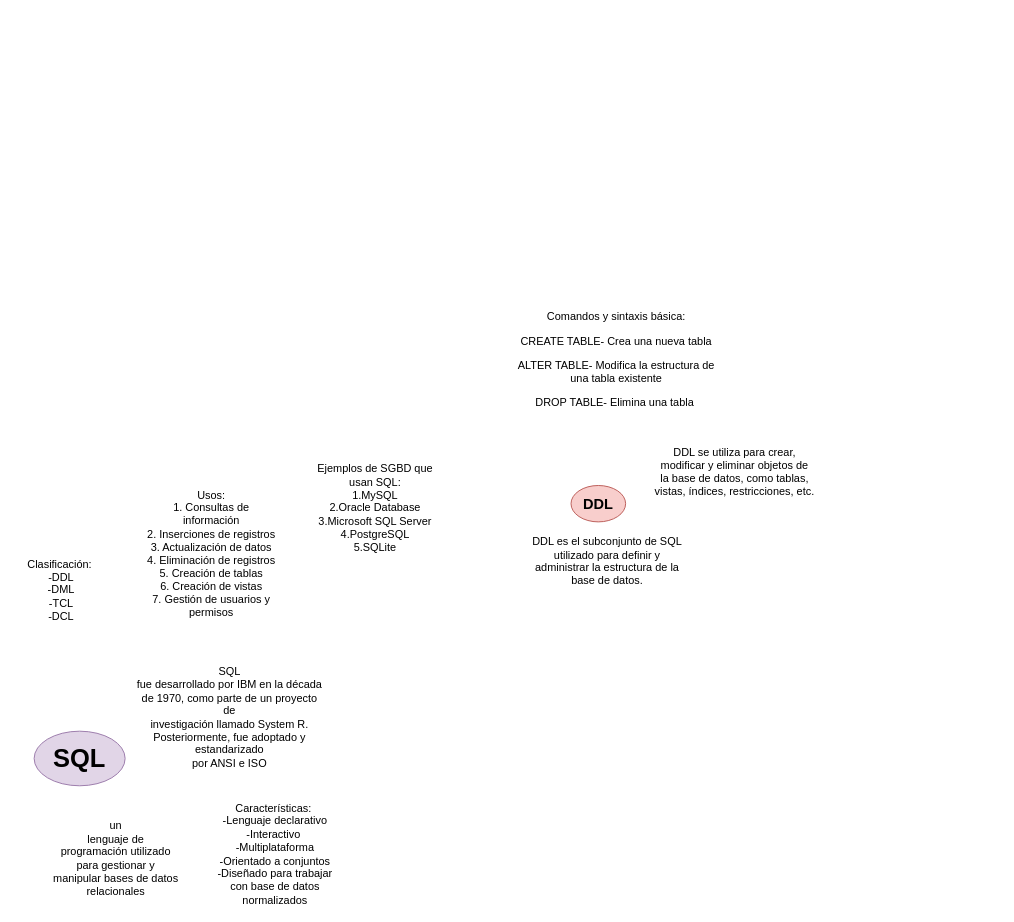
Before: Mapa mixto sql.drawio in misiomishi/itcj, a draw.io diagram. Source tidied: cells renumbered, new cells numbered last; positions are measured from the earlier drawing's top-left corner, leaving out a move shared by most shapes. Both pictures are drawn from the tidied source at 91%, with x=0, y=0 at pixel (15, 267).
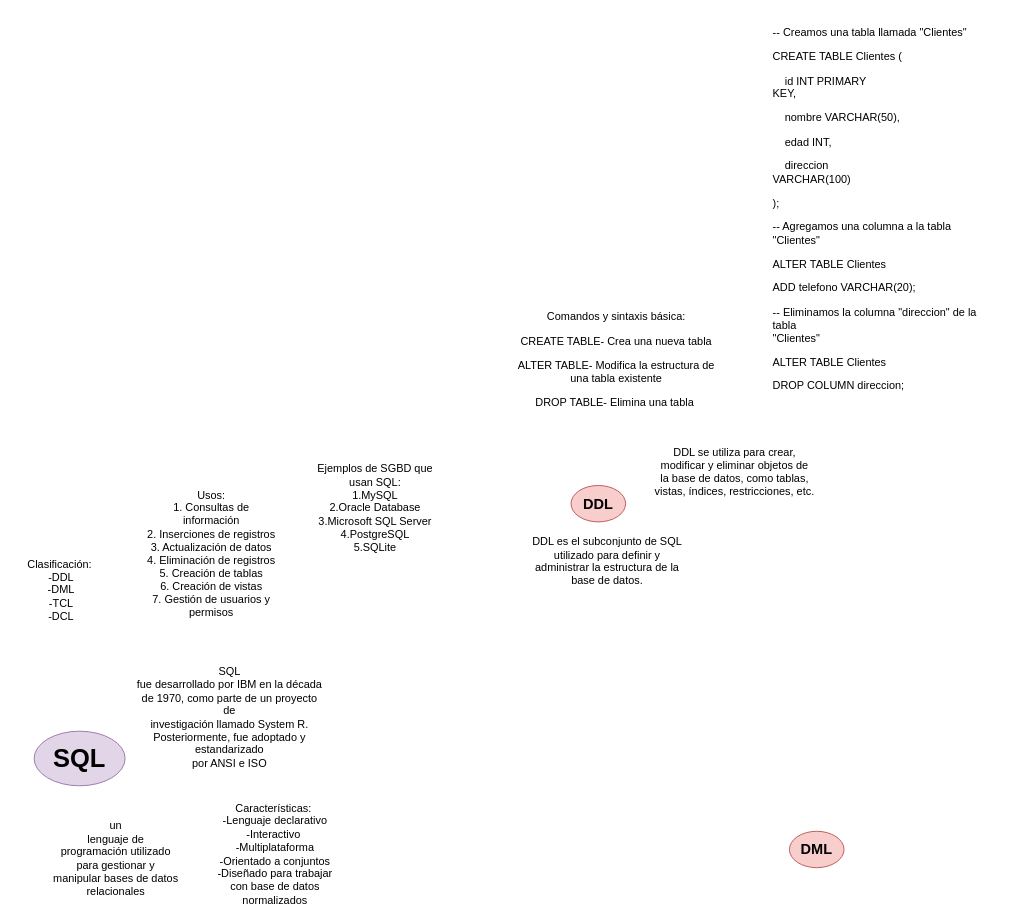
The same page after the edit.

Change to the diagram source:
```diff
@@
 <mxGraphModel>
   <root>
     <mxCell id="0" />
     <mxCell id="1" parent="0" />
     <mxCell id="2" value="SQL" style="ellipse;whiteSpace=wrap;html=1;fontStyle=1;fontSize=28;fillColor=#e1d5e7;strokeColor=#9673a6;" parent="1" vertex="1">
       <mxGeometry x="20" y="510" width="100" height="60" as="geometry" />
     </mxCell>
     <mxCell id="3" value="un&lt;br/&gt;lenguaje de programación utilizado para gestionar y manipular bases de datos&lt;br/&gt;relacionales" style="text;html=1;strokeColor=none;fillColor=none;align=center;verticalAlign=middle;whiteSpace=wrap;rounded=0;" parent="1" vertex="1">
       <mxGeometry x="40" y="600" width="140" height="100" as="geometry" />
     </mxCell>
     <mxCell id="4" value="SQL&lt;br/&gt;fue desarrollado por IBM en la década de 1970, como parte de un proyecto de&lt;br/&gt;investigación llamado System R. Posteriormente, fue adoptado y estandarizado&lt;br/&gt;por ANSI e ISO" style="text;html=1;strokeColor=none;fillColor=none;align=center;verticalAlign=middle;whiteSpace=wrap;rounded=0;" parent="1" vertex="1">
       <mxGeometry x="130" y="440" width="210" height="110" as="geometry" />
     </mxCell>
     <mxCell id="5" value="Características:&amp;nbsp;&lt;br&gt;-Lenguaje declarativo&lt;br&gt;-Interactivo&amp;nbsp;&lt;br&gt;-Multiplataforma&lt;br&gt;-Orientado a conjuntos&lt;br&gt;-Diseñado para trabajar con base de datos normalizados" style="text;html=1;strokeColor=none;fillColor=none;align=center;verticalAlign=middle;whiteSpace=wrap;rounded=0;" parent="1" vertex="1">
       <mxGeometry x="210" y="590" width="150" height="110" as="geometry" />
     </mxCell>
     <mxCell id="6" value="Clasificación:&amp;nbsp;&lt;br&gt;-DDL&lt;br&gt;-DML&lt;br&gt;-TCL&lt;br&gt;-DCL" style="text;html=1;strokeColor=none;fillColor=none;align=center;verticalAlign=middle;whiteSpace=wrap;rounded=0;" parent="1" vertex="1">
       <mxGeometry y="300" width="100" height="110" as="geometry" />
     </mxCell>
     <mxCell id="7" value="Usos:&lt;br&gt;1. Consultas de información&lt;br&gt;2. Inserciones de registros&lt;br&gt;3. Actualización de datos&lt;br&gt;4. Eliminación de registros&lt;br&gt;5. Creación de tablas&lt;br&gt;6. Creación de vistas&lt;br&gt;7. Gestión de usuarios y permisos" style="text;html=1;strokeColor=none;fillColor=none;align=center;verticalAlign=middle;whiteSpace=wrap;rounded=0;" parent="1" vertex="1">
       <mxGeometry x="140" y="240" width="150" height="150" as="geometry" />
     </mxCell>
     <mxCell id="8" value="Ejemplos de SGBD que usan SQL:&lt;br&gt;1.MySQL&lt;br&gt;2.Oracle Database&lt;br&gt;3.Microsoft SQL Server&lt;br&gt;4.PostgreSQL&lt;br&gt;5.SQLite" style="text;html=1;strokeColor=none;fillColor=none;align=center;verticalAlign=middle;whiteSpace=wrap;rounded=0;" parent="1" vertex="1">
       <mxGeometry x="320" y="190" width="150" height="150" as="geometry" />
     </mxCell>
     <mxCell id="9" value="&#10;&#10;&#10;&lt;p class=&quot;MsoNormal&quot;&gt;DDL es el subconjunto de SQL utilizado para definir y&#10;administrar la estructura de la base de datos.&lt;/p&gt;&#10;&#10;&#10;&#10;&#10;&#10;" style="text;html=1;strokeColor=none;fillColor=none;align=center;verticalAlign=middle;whiteSpace=wrap;rounded=0;" parent="1" vertex="1">
       <mxGeometry x="560" y="300" width="180" height="90" as="geometry" />
     </mxCell>
     <mxCell id="10" value="DDL" style="ellipse;whiteSpace=wrap;html=1;fontStyle=1;fontSize=16;fillColor=#f8cecc;strokeColor=#b85450;" parent="1" vertex="1">
       <mxGeometry x="610" y="240" width="60" height="40" as="geometry" />
     </mxCell>
     <mxCell id="11" value="&lt;p class=&quot;MsoNormal&quot;&gt;DDL se utiliza para crear, modificar y eliminar objetos de&lt;br/&gt;la base de datos, como tablas, vistas, índices, restricciones, etc.&lt;/p&gt;" style="text;html=1;strokeColor=none;fillColor=none;align=center;verticalAlign=middle;whiteSpace=wrap;rounded=0;" parent="1" vertex="1">
       <mxGeometry x="700" y="180" width="180" height="90" as="geometry" />
     </mxCell>
     <mxCell id="12" value="&lt;p class=&quot;MsoNormal&quot;&gt;Comandos y sintaxis básica:&lt;/p&gt;&lt;p class=&quot;MsoNormal&quot;&gt;CREATE TABLE- Crea una nueva tabla&lt;/p&gt;&lt;p class=&quot;MsoNormal&quot;&gt;ALTER TABLE- Modifica la estructura de una tabla existente&lt;/p&gt;&lt;p class=&quot;MsoNormal&quot;&gt;DROP TABLE- Elimina una tabla&amp;nbsp;&lt;/p&gt;&lt;p class=&quot;MsoNormal&quot;&gt;&amp;nbsp;&lt;/p&gt;" style="text;html=1;strokeColor=none;fillColor=none;align=center;verticalAlign=middle;whiteSpace=wrap;rounded=0;" parent="1" vertex="1">
       <mxGeometry x="550" y="50" width="220" height="130" as="geometry" />
     </mxCell>
     <mxCell id="13" value="&lt;p class=&quot;MsoNormal&quot;&gt;&lt;br&gt;&lt;/p&gt;" style="text;html=1;strokeColor=none;fillColor=none;align=center;verticalAlign=middle;whiteSpace=wrap;rounded=0;" parent="1" vertex="1">
       <mxGeometry x="800" width="220" height="130" as="geometry" />
     </mxCell>
+    <mxCell id="14" value="&lt;p class=&quot;MsoNormal&quot;&gt;-- Creamos una tabla llamada &quot;Clientes&quot;&lt;/p&gt;&lt;p class=&quot;MsoNormal&quot;&gt;CREATE TABLE Clientes (&lt;/p&gt;&lt;p class=&quot;MsoNormal&quot;&gt;&amp;nbsp;&amp;nbsp;&amp;nbsp; id INT PRIMARY&lt;br&gt;KEY,&lt;/p&gt;&lt;p class=&quot;MsoNormal&quot;&gt;&amp;nbsp;&amp;nbsp;&amp;nbsp; nombre VARCHAR(50),&lt;/p&gt;&lt;p class=&quot;MsoNormal&quot;&gt;&amp;nbsp;&amp;nbsp;&amp;nbsp; edad INT,&lt;/p&gt;&lt;p class=&quot;MsoNormal&quot;&gt;&amp;nbsp;&amp;nbsp;&amp;nbsp; direccion&lt;br&gt;VARCHAR(100)&lt;/p&gt;&lt;p class=&quot;MsoNormal&quot;&gt;&lt;span style=&quot;background-color: initial;&quot;&gt;);&lt;/span&gt;&lt;/p&gt;&lt;p class=&quot;MsoNormal&quot;&gt;-- Agregamos una columna a la tabla &quot;Clientes&quot;&lt;/p&gt;&lt;p class=&quot;MsoNormal&quot;&gt;ALTER TABLE Clientes&lt;/p&gt;&lt;p class=&quot;MsoNormal&quot;&gt;ADD telefono VARCHAR(20);&lt;/p&gt;&lt;p class=&quot;MsoNormal&quot;&gt;-- Eliminamos la columna &quot;direccion&quot; de la tabla&lt;br&gt;&quot;Clientes&quot;&lt;/p&gt;&lt;p class=&quot;MsoNormal&quot;&gt;ALTER TABLE Clientes&lt;/p&gt;&lt;p class=&quot;MsoNormal&quot;&gt;DROP COLUMN direccion;&lt;/p&gt;&lt;p class=&quot;MsoNormal&quot;&gt;&lt;br&gt;&lt;/p&gt;" style="text;html=1;strokeColor=none;fillColor=none;align=left;verticalAlign=middle;whiteSpace=wrap;rounded=0;" parent="1" vertex="1">
+      <mxGeometry x="830" y="-210" width="250" height="320" as="geometry" />
+    </mxCell>
+    <mxCell id="15" value="DML" style="ellipse;whiteSpace=wrap;html=1;fontStyle=1;fontSize=16;fillColor=#f8cecc;strokeColor=#b85450;" parent="1" vertex="1">
+      <mxGeometry x="850" y="620" width="60" height="40" as="geometry" />
+    </mxCell>
   </root>
 </mxGraphModel>
```
